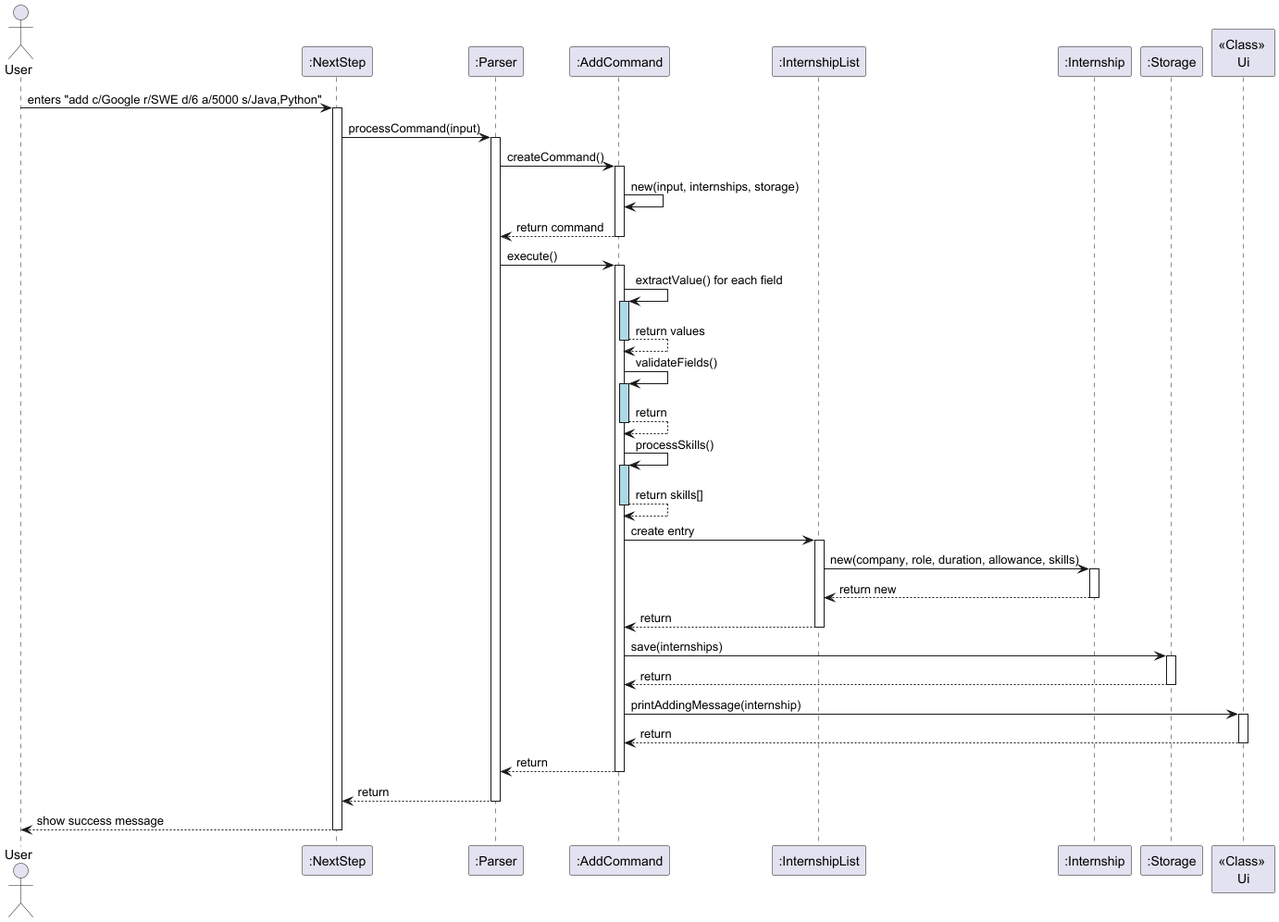
Above: docs/images/addCommandSequence.png in xyanjun02/tp (PlantUML), before the change.
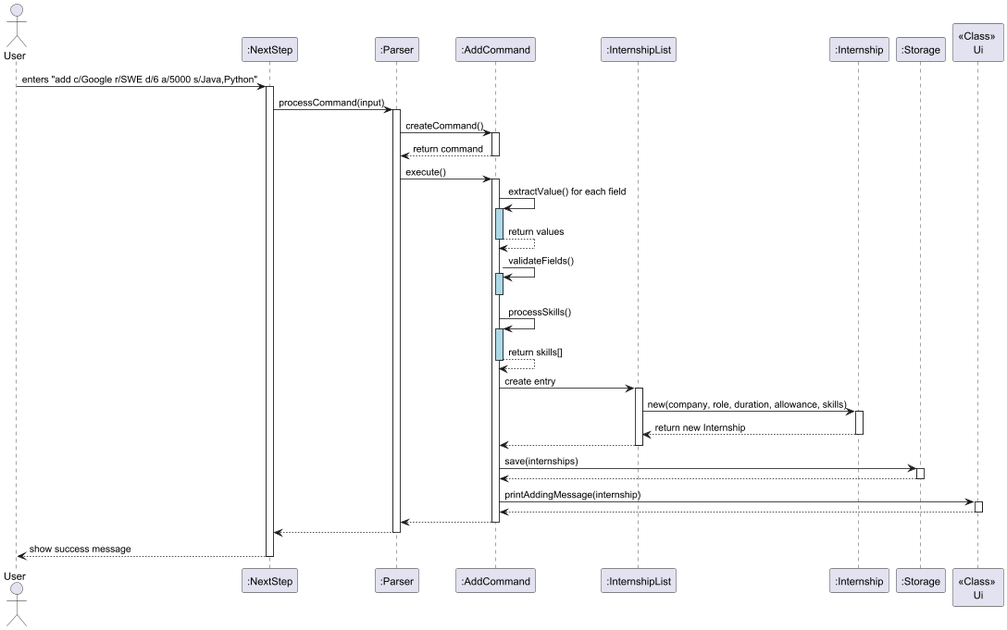
Later version of the same file.

Diff of the diagram source:
```diff
@@ -17,7 +17,6 @@
 
 Parser -> AddCommand : createCommand()
 activate AddCommand
-AddCommand -> AddCommand : new(input, internships, storage)
 AddCommand --> Parser : return command
 deactivate AddCommand
 
@@ -31,7 +30,6 @@
 
 AddCommand -> AddCommand : validateFields()
 activate AddCommand #lightblue
-AddCommand --> AddCommand : return
 deactivate AddCommand
 
 AddCommand -> AddCommand : processSkills()
@@ -43,25 +41,25 @@
 activate InternshipList
 InternshipList -> Internship : new(company, role, duration, allowance, skills)
 activate Internship
-Internship --> InternshipList : return new
+Internship --> InternshipList : return new Internship
 deactivate Internship
-InternshipList --> AddCommand : return
+InternshipList --> AddCommand
 deactivate InternshipList
 
 AddCommand -> Storage : save(internships)
 activate Storage
-Storage --> AddCommand : return
+Storage --> AddCommand
 deactivate Storage
 
 AddCommand -> Ui : printAddingMessage(internship)
 activate Ui
-Ui --> AddCommand : return
+Ui --> AddCommand
 deactivate Ui
 
-AddCommand --> Parser : return
+AddCommand --> Parser
 deactivate AddCommand
 
-Parser --> NextStep : return
+Parser --> NextStep
 deactivate Parser
 
 NextStep --> User : show success message
```
